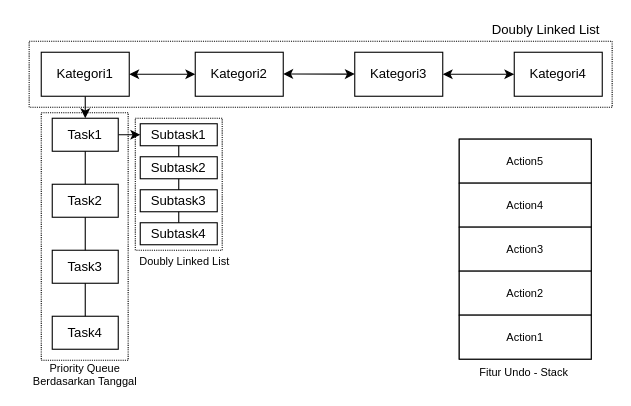
Before: img/skema_data.drawio in AncuL001/tugas-akhir-strukdat, a draw.io diagram. Source tidied: cells renumbered, new cells numbered last; positions are measured from the earlier drawing's top-left corner, leaving out a move shared by most shapes. Both pictures are drawn from the tidied source at 110%, with x=0, y=0 at pixel (19, 19).
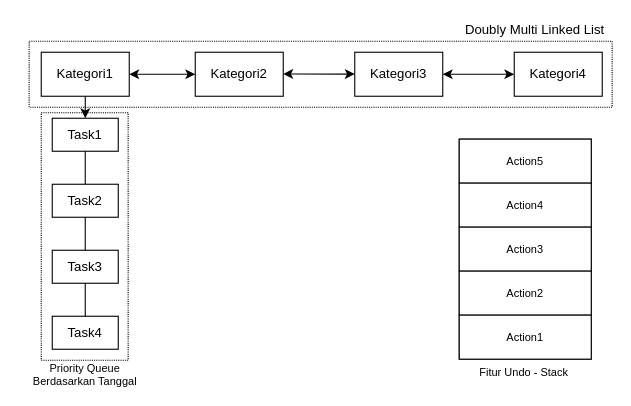
Above is the later version.

The change refers to these unchanged cells:
```xml
<mxCell id="11" value="Task1" style="whiteSpace=wrap;html=1;" parent="1" vertex="1">
  <mxGeometry x="30" y="90" width="60" height="30" as="geometry" />
</mxCell>
```

Change to the diagram source:
```diff
@@
-    <mxCell id="10" style="edgeStyle=orthogonalEdgeStyle;jettySize=auto;html=1;" parent="1" edge="1" source="11" target="18">
-      <mxGeometry relative="1" as="geometry" />
-    </mxCell>
@@
-    <mxCell id="18" value="Subtask1" style="whiteSpace=wrap;html=1;" parent="1" vertex="1">
-      <mxGeometry x="110" y="95" width="70" height="20" as="geometry" />
-    </mxCell>
-    <mxCell id="19" value="Subtask2" style="whiteSpace=wrap;html=1;" parent="1" vertex="1">
-      <mxGeometry x="110" y="125" width="70" height="20" as="geometry" />
-    </mxCell>
-    <mxCell id="20" value="Subtask3" style="whiteSpace=wrap;html=1;" parent="1" vertex="1">
-      <mxGeometry x="110" y="155" width="70" height="20" as="geometry" />
-    </mxCell>
-    <mxCell id="21" value="Subtask4" style="whiteSpace=wrap;html=1;" parent="1" vertex="1">
-      <mxGeometry x="110" y="185" width="70" height="20" as="geometry" />
-    </mxCell>
-    <mxCell id="22" style="endArrow=none;html=1;" parent="1" edge="1" source="19" target="18">
-      <mxGeometry relative="1" as="geometry" />
-    </mxCell>
-    <mxCell id="23" style="endArrow=none;html=1;" parent="1" edge="1" source="20" target="19">
-      <mxGeometry relative="1" as="geometry" />
-    </mxCell>
-    <mxCell id="24" style="endArrow=none;html=1;" parent="1" edge="1" source="21" target="20">
-      <mxGeometry relative="1" as="geometry" />
-    </mxCell>
@@
-    <mxCell id="27" style="whiteSpace=wrap;html=1;fillColor=none;dashed=1;dashPattern=1 1;" parent="1" vertex="1">
-      <mxGeometry x="105.5" y="90" width="79" height="120" as="geometry" />
-    </mxCell>
-    <mxCell id="28" value="Doubly Linked List" style="text;html=1;strokeColor=none;fillColor=none;align=center;verticalAlign=middle;whiteSpace=wrap;dashed=1;dashPattern=1 1;fontSize=12;fontStyle=0;" parent="1" vertex="1">
-      <mxGeometry x="419" width="120" height="20" as="geometry" />
+    <mxCell id="28" value="Doubly Multi Linked List" style="text;html=1;strokeColor=none;fillColor=none;align=center;verticalAlign=middle;whiteSpace=wrap;dashed=1;dashPattern=1 1;fontSize=12;fontStyle=0;" parent="1" vertex="1">
+      <mxGeometry x="399" width="140" height="20" as="geometry" />
     </mxCell>
@@
-    <mxCell id="30" value="Doubly Linked List" style="text;html=1;strokeColor=none;fillColor=none;align=center;verticalAlign=middle;whiteSpace=wrap;dashed=1;dashPattern=1 1;rotation=0;fontSize=10;" parent="1" vertex="1">
-      <mxGeometry x="105.5" y="210" width="89" height="20" as="geometry" />
-    </mxCell>
```
